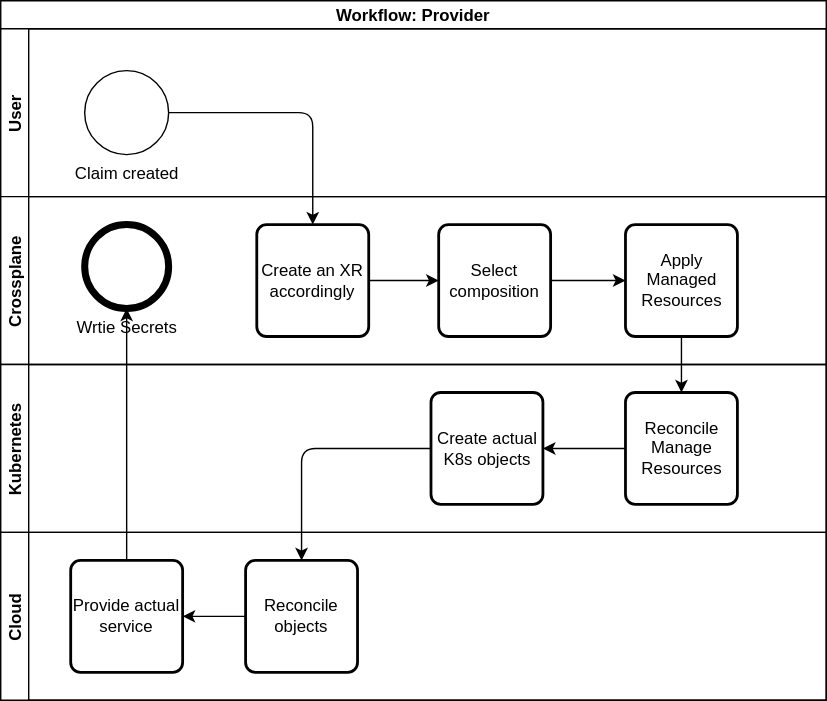
Before: assets/images/operator.drawio.svg, a diagram exported from draw.io (vshn/crossplane-workshop). Source tidied: cells renumbered, new cells last; positions are measured from the earlier drawing's top-left corner, leaving out a move shared by most shapes.
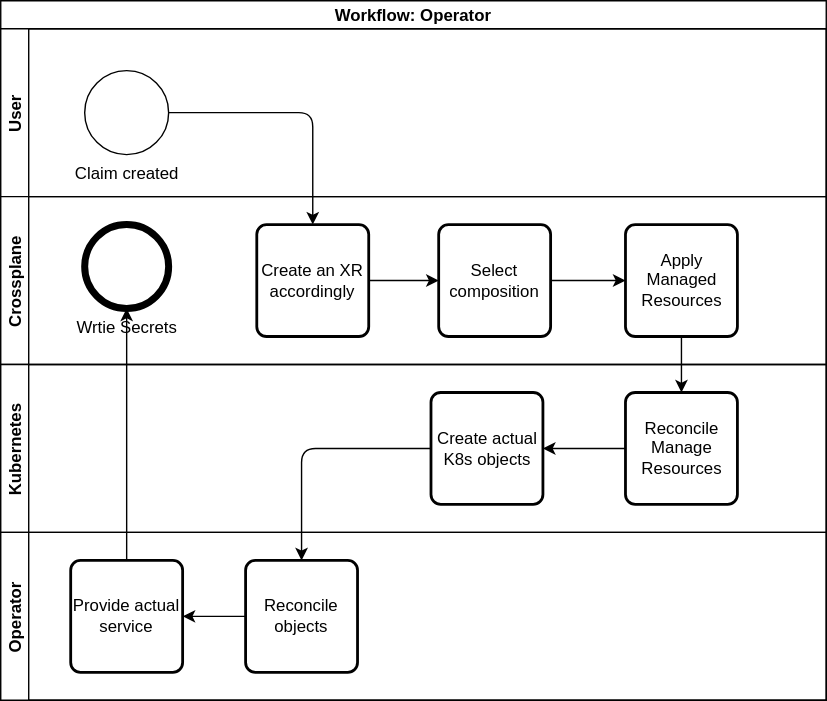
After the change.

Commit message:
Fix wrong title

The edit, as a diff of the source:
```diff
@@ -2,7 +2,7 @@
   <root>
     <mxCell id="0" />
     <mxCell id="1" parent="0" />
-    <mxCell id="2" value="Workflow: Provider" style="swimlane;horizontal=1;startSize=20;" parent="1" vertex="1">
+    <mxCell id="2" value="Workflow: Operator" style="swimlane;horizontal=1;startSize=20;" parent="1" vertex="1">
       <mxGeometry width="590" height="500" as="geometry" />
     </mxCell>
     <mxCell id="3" value="User" style="swimlane;startSize=20;horizontal=0;" parent="2" vertex="1">
@@ -50,7 +50,7 @@
     <mxCell id="17" style="edgeStyle=none;html=1;" parent="2" edge="1" source="10" target="14">
       <mxGeometry relative="1" as="geometry" />
     </mxCell>
-    <mxCell id="18" value="Cloud" style="swimlane;startSize=20;horizontal=0;" parent="2" vertex="1">
+    <mxCell id="18" value="Operator" style="swimlane;startSize=20;horizontal=0;" parent="2" vertex="1">
       <mxGeometry y="380" width="590" height="120" as="geometry" />
     </mxCell>
     <mxCell id="19" style="edgeStyle=none;html=1;" parent="18" edge="1" source="20" target="21">
```
